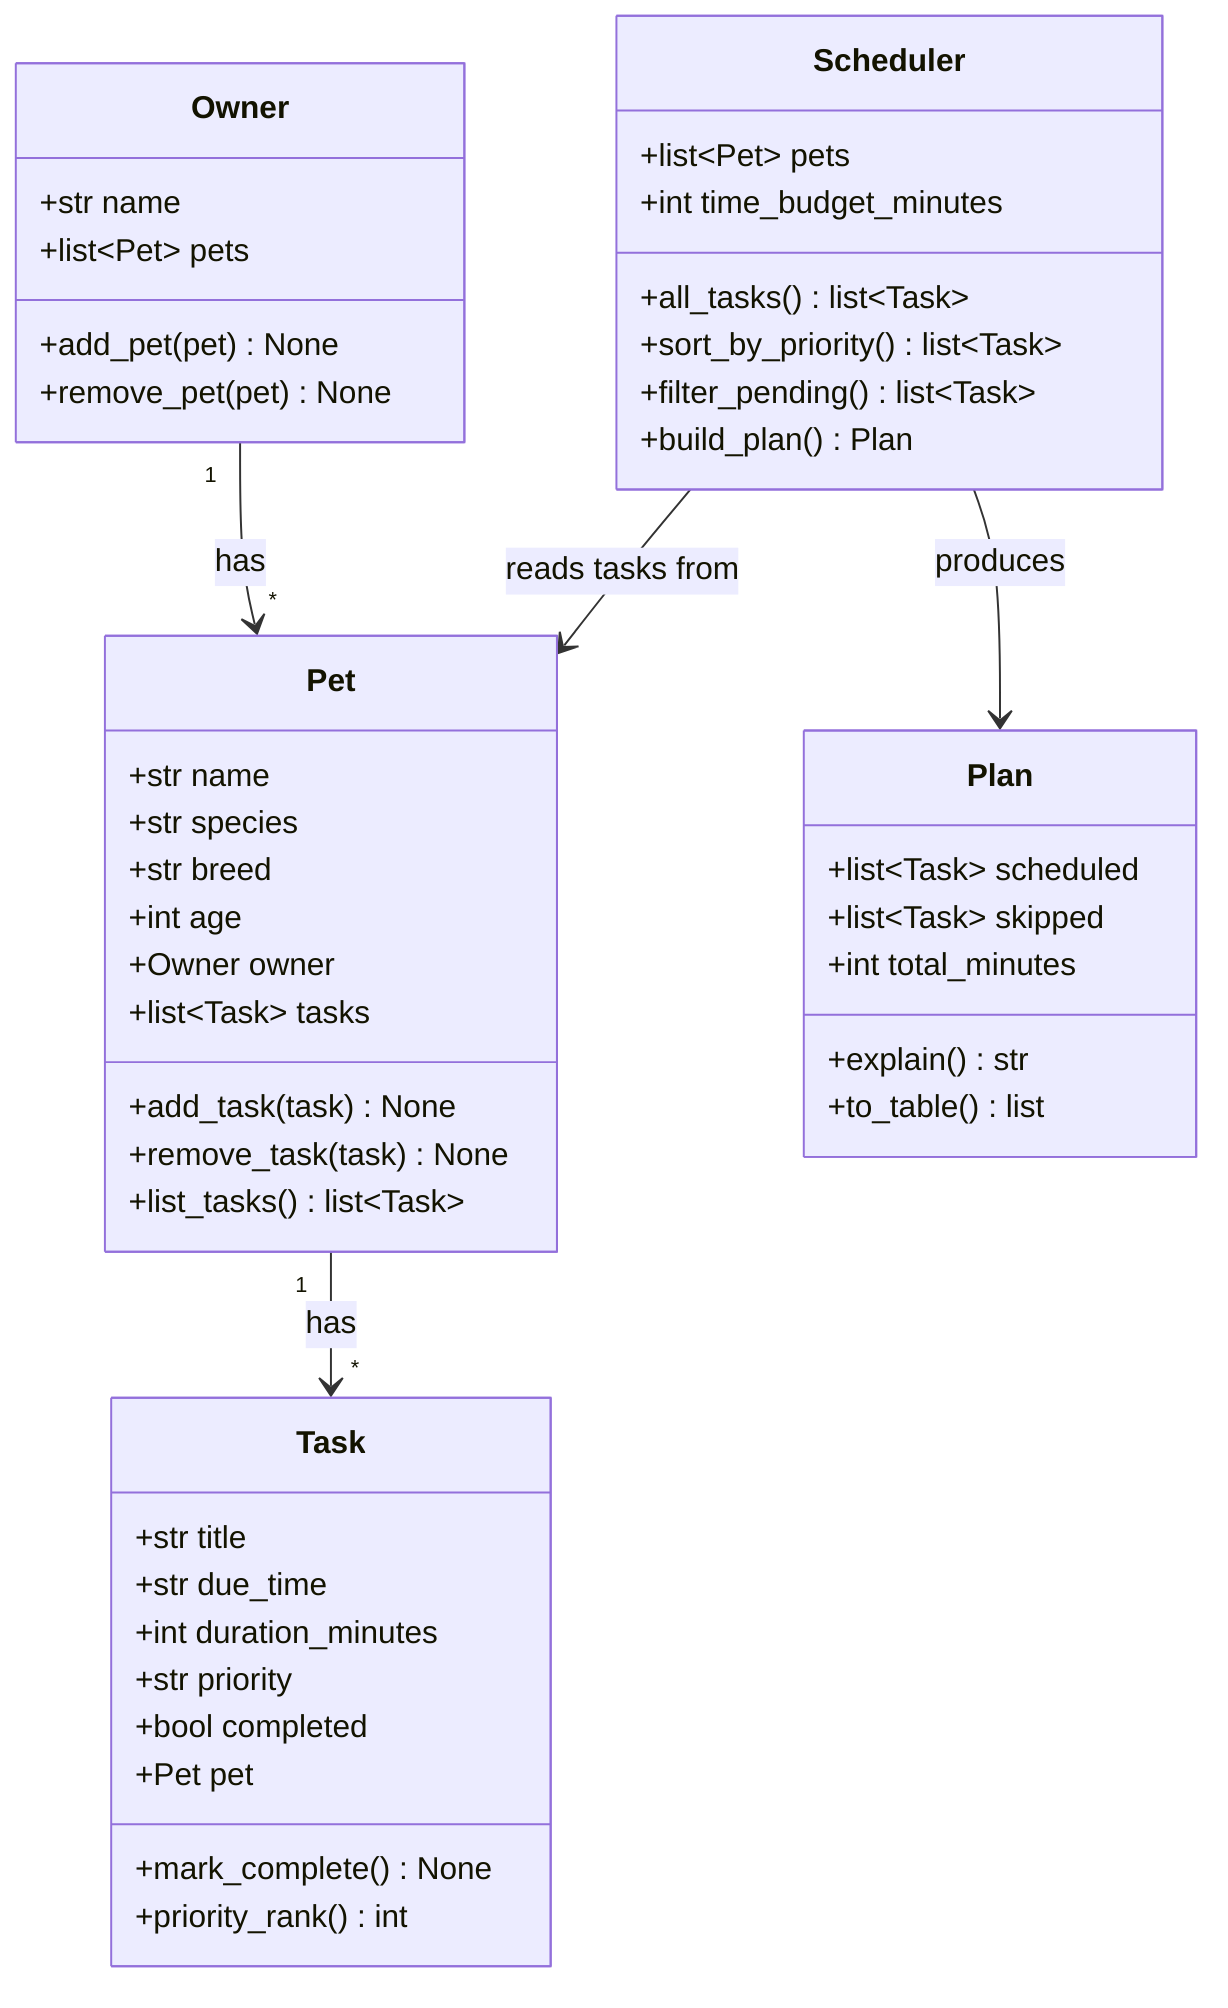
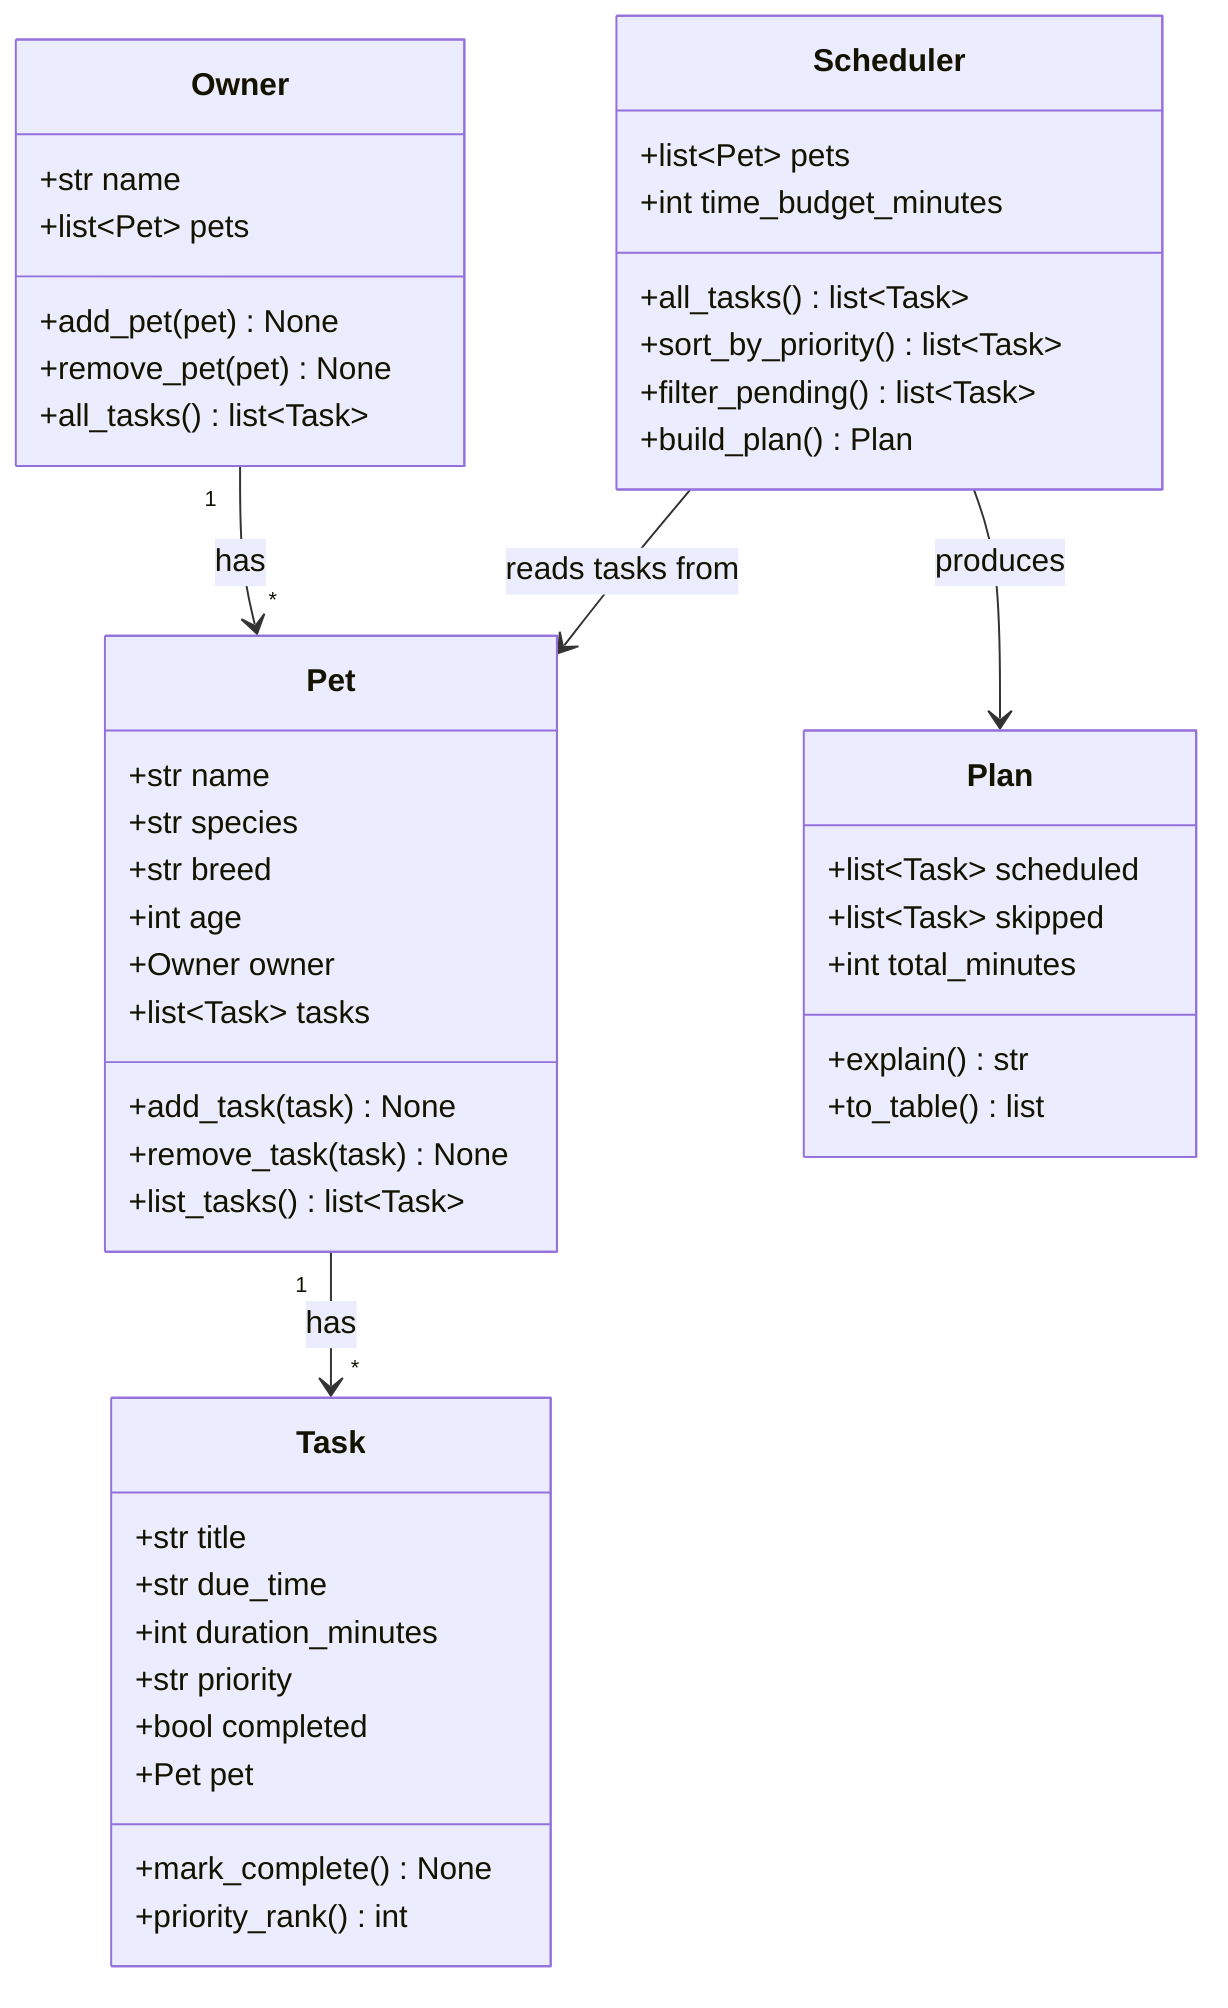
classDiagram
    %% PawPal+ class diagram. Keep this in sync with the code as it evolves.

    class Owner {
        +str name
        +list~Pet~ pets
        +add_pet(pet) None
        +remove_pet(pet) None
+         +all_tasks() list~Task~
    }

    class Pet {
        +str name
        +str species
        +str breed
        +int age
        +Owner owner
        +list~Task~ tasks
        +add_task(task) None
        +remove_task(task) None
        +list_tasks() list~Task~
    }

    class Task {
        +str title
        +str due_time
        +int duration_minutes
        +str priority
        +bool completed
        +Pet pet
        +mark_complete() None
        +priority_rank() int
    }

    class Scheduler {
        +list~Pet~ pets
        +int time_budget_minutes
        +all_tasks() list~Task~
        +sort_by_priority() list~Task~
        +filter_pending() list~Task~
        +build_plan() Plan
    }

    class Plan {
        +list~Task~ scheduled
        +list~Task~ skipped
        +int total_minutes
        +explain() str
        +to_table() list
    }

    Owner "1" --> "*" Pet : has
    Pet "1" --> "*" Task : has
    Scheduler --> Pet : reads tasks from
    Scheduler --> Plan : produces
